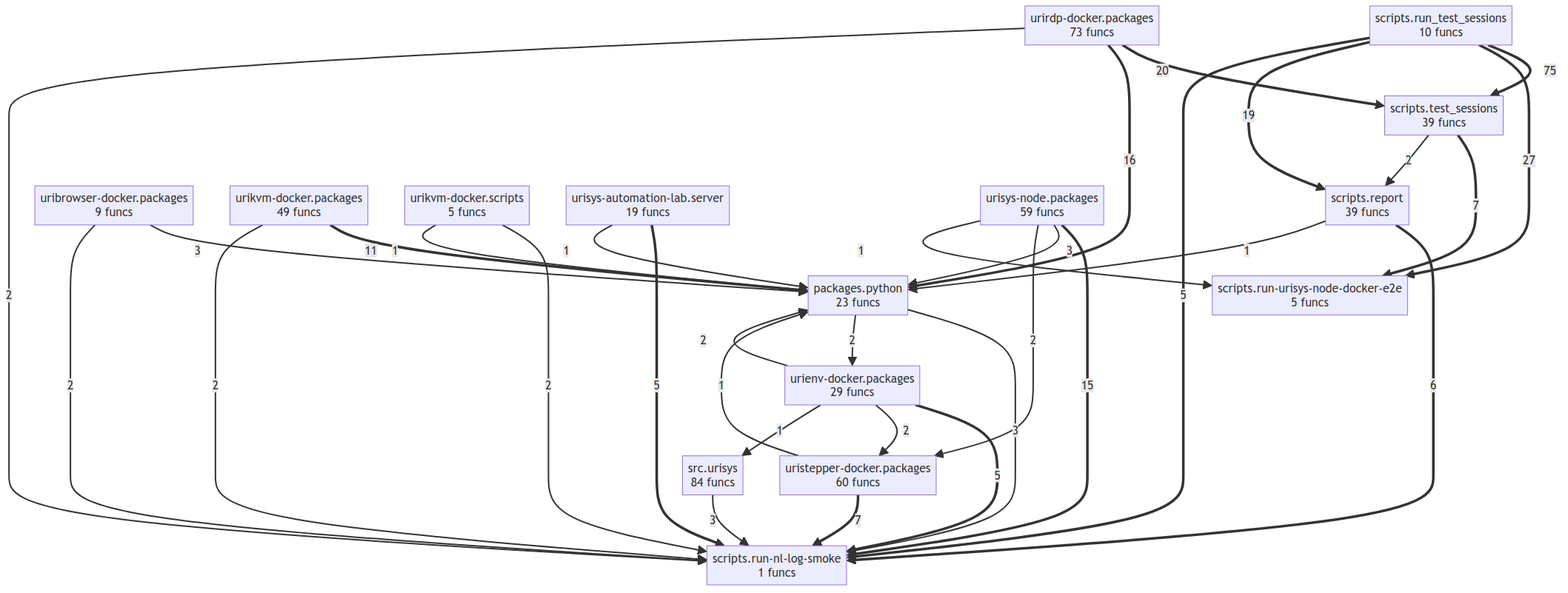
The Mermaid diagram project/compact_flow.png in tellmesh/urisys, before a commit. Its source is kept beside it as project/compact_flow.mmd.
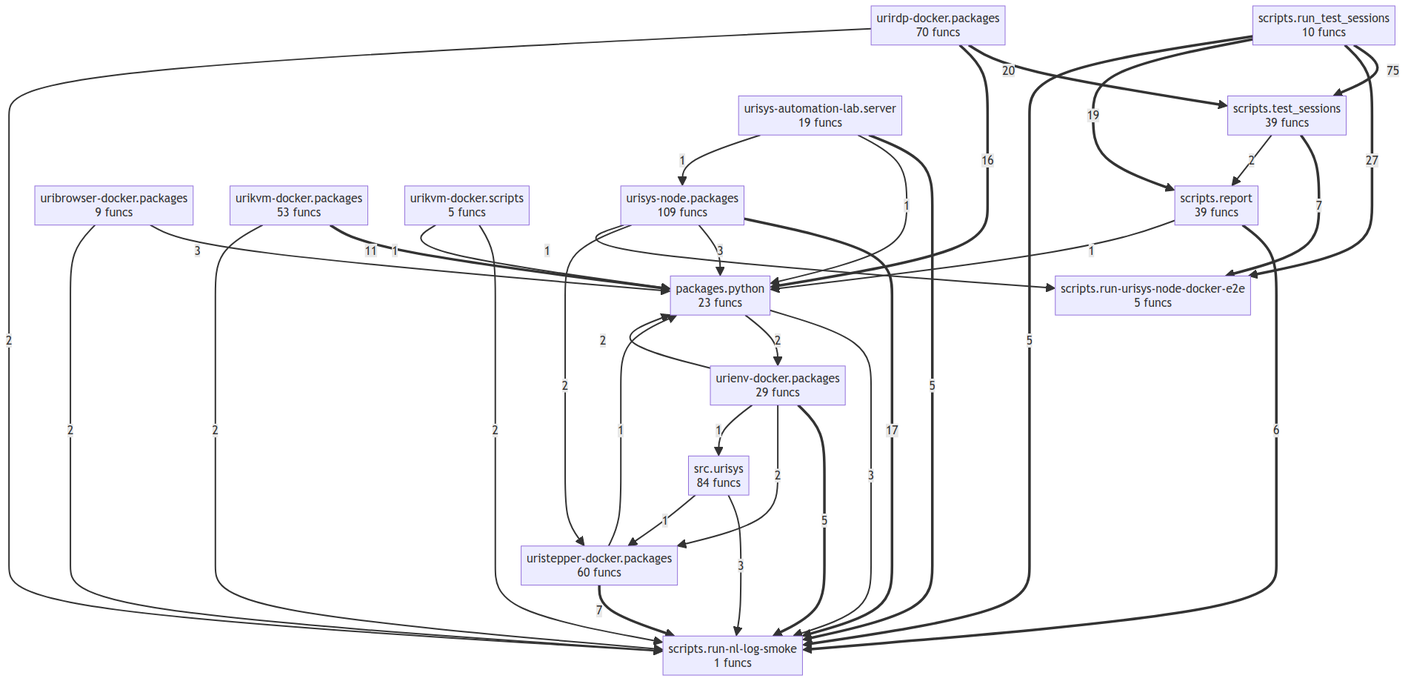
Above is the later version.

Diff of the diagram source:
```diff
@@ -8,18 +8,18 @@
     src__urisys["src.urisys<br/>84 funcs"]
     uribrowser_docker__packages["uribrowser-docker.packages<br/>9 funcs"]
     urienv_docker__packages["urienv-docker.packages<br/>29 funcs"]
-    urikvm_docker__packages["urikvm-docker.packages<br/>49 funcs"]
+    urikvm_docker__packages["urikvm-docker.packages<br/>53 funcs"]
     urikvm_docker__scripts["urikvm-docker.scripts<br/>5 funcs"]
-    urirdp_docker__packages["urirdp-docker.packages<br/>73 funcs"]
+    urirdp_docker__packages["urirdp-docker.packages<br/>70 funcs"]
     uristepper_docker__packages["uristepper-docker.packages<br/>60 funcs"]
     urisys_automation_lab__server["urisys-automation-lab.server<br/>19 funcs"]
-    urisys_node__packages["urisys-node.packages<br/>59 funcs"]
+    urisys_node__packages["urisys-node.packages<br/>109 funcs"]
     scripts__run_test_sessions ==>|75| scripts__test_sessions
     scripts__run_test_sessions ==>|27| scripts__run_urisys_node_docker_e2e
     urirdp_docker__packages ==>|20| scripts__test_sessions
     scripts__run_test_sessions ==>|19| scripts__report
+    urisys_node__packages ==>|17| scripts__run_nl_log_smoke
     urirdp_docker__packages ==>|16| packages__python
-    urisys_node__packages ==>|15| scripts__run_nl_log_smoke
     urikvm_docker__packages ==>|11| packages__python
     uristepper_docker__packages ==>|7| scripts__run_nl_log_smoke
     scripts__test_sessions ==>|7| scripts__run_urisys_node_docker_e2e
@@ -44,5 +44,7 @@
     scripts__report -->|1| packages__python
     urikvm_docker__scripts -->|1| packages__python
     urisys_automation_lab__server -->|1| packages__python
+    urisys_automation_lab__server -->|1| urisys_node__packages
     urienv_docker__packages -->|1| src__urisys
     urisys_node__packages -->|1| scripts__run_urisys_node_docker_e2e
+    src__urisys -->|1| uristepper_docker__packages
```
